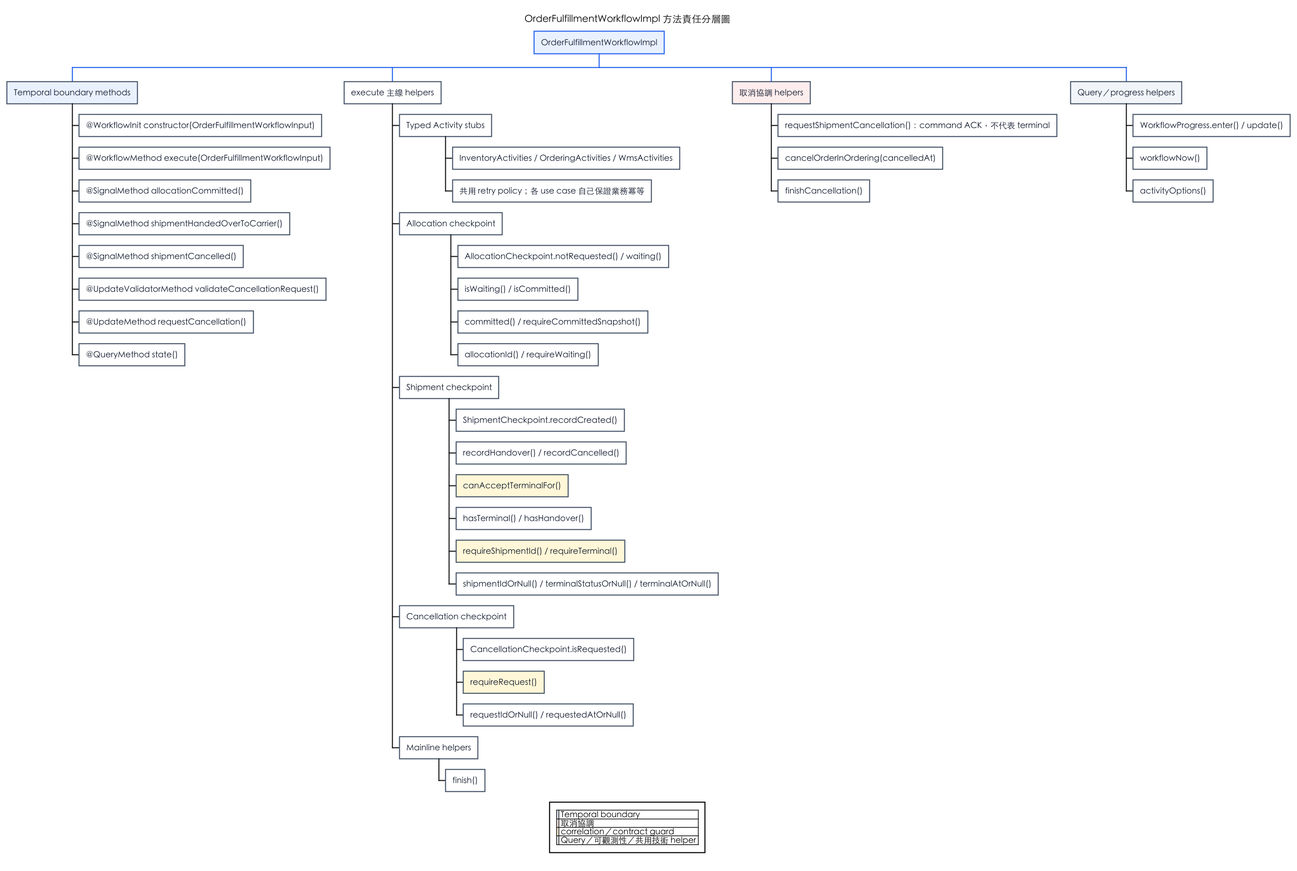
This is docs/order-fulfillment-process-method-map.png from zhjiangexe/order-allocation-arch-demo, a PlantUML export, as it was before one commit.
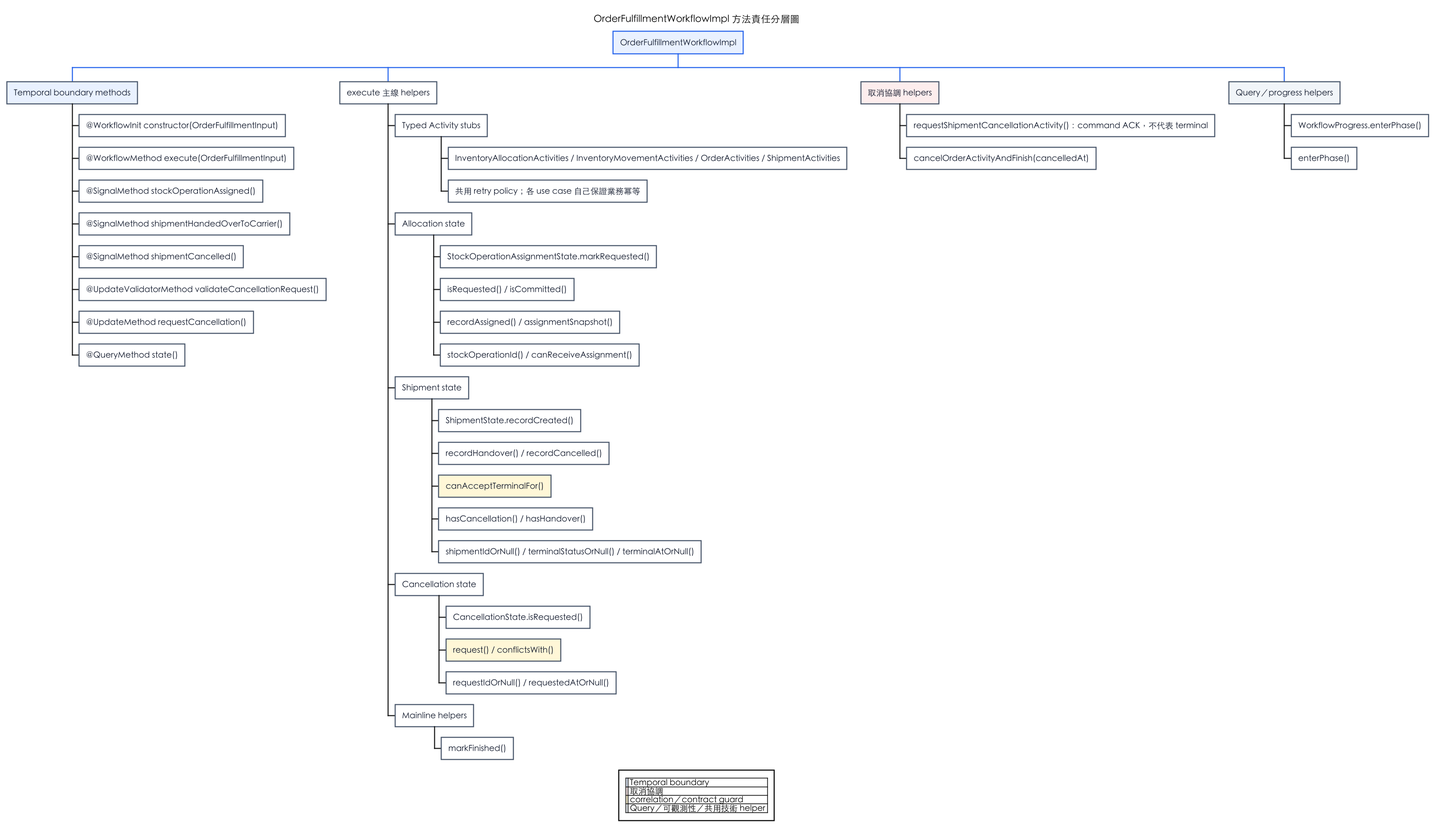
After the commit.

Change to the diagram source:
```diff
@@ -34,9 +34,9 @@
 
 * OrderFulfillmentWorkflowImpl
 ** Temporal boundary methods <<boundary>>
-*** @WorkflowInit constructor(OrderFulfillmentWorkflowInput)
-*** @WorkflowMethod execute(OrderFulfillmentWorkflowInput)
-*** @SignalMethod allocationCommitted()
+*** @WorkflowInit constructor(OrderFulfillmentInput)
+*** @WorkflowMethod execute(OrderFulfillmentInput)
+*** @SignalMethod stockOperationAssigned()
 *** @SignalMethod shipmentHandedOverToCarrier()
 *** @SignalMethod shipmentCancelled()
 *** @UpdateValidatorMethod validateCancellationRequest()
@@ -44,34 +44,31 @@
 *** @QueryMethod state()
 ** execute 主線 helpers
 *** Typed Activity stubs
-**** InventoryActivities / OrderingActivities / WmsActivities
+**** InventoryAllocationActivities / InventoryMovementActivities / OrderActivities / ShipmentActivities
 **** 共用 retry policy；各 use case 自己保證業務冪等
-*** Allocation checkpoint
-**** AllocationCheckpoint.notRequested() / waiting()
-**** isWaiting() / isCommitted()
-**** committed() / requireCommittedSnapshot()
-**** allocationId() / requireWaiting()
-*** Shipment checkpoint
-**** ShipmentCheckpoint.recordCreated()
+*** Allocation state
+**** StockOperationAssignmentState.markRequested()
+**** isRequested() / isCommitted()
+**** recordAssigned() / assignmentSnapshot()
+**** stockOperationId() / canReceiveAssignment()
+*** Shipment state
+**** ShipmentState.recordCreated()
 **** recordHandover() / recordCancelled()
 **** canAcceptTerminalFor() <<guard>>
-**** hasTerminal() / hasHandover()
-**** requireShipmentId() / requireTerminal() <<guard>>
+**** hasCancellation() / hasHandover()
 **** shipmentIdOrNull() / terminalStatusOrNull() / terminalAtOrNull()
-*** Cancellation checkpoint
-**** CancellationCheckpoint.isRequested()
-**** requireRequest() <<guard>>
+*** Cancellation state
+**** CancellationState.isRequested()
+**** request() / conflictsWith() <<guard>>
 **** requestIdOrNull() / requestedAtOrNull()
 *** Mainline helpers
-**** finish()
+**** markFinished()
 ** 取消協調 helpers <<cancellation>>
-*** requestShipmentCancellation()：command ACK，不代表 terminal
-*** cancelOrderInOrdering(cancelledAt)
-*** finishCancellation()
+*** requestShipmentCancellationActivity()：command ACK，不代表 terminal
+*** cancelOrderActivityAndFinish(cancelledAt)
 ** Query／progress helpers <<projection>>
-*** WorkflowProgress.enter() / update()
-*** workflowNow()
-*** activityOptions()
+*** WorkflowProgress.enterPhase()
+*** enterPhase()
 
 legend bottom
   |<#E8F1FF>| Temporal boundary |
```
